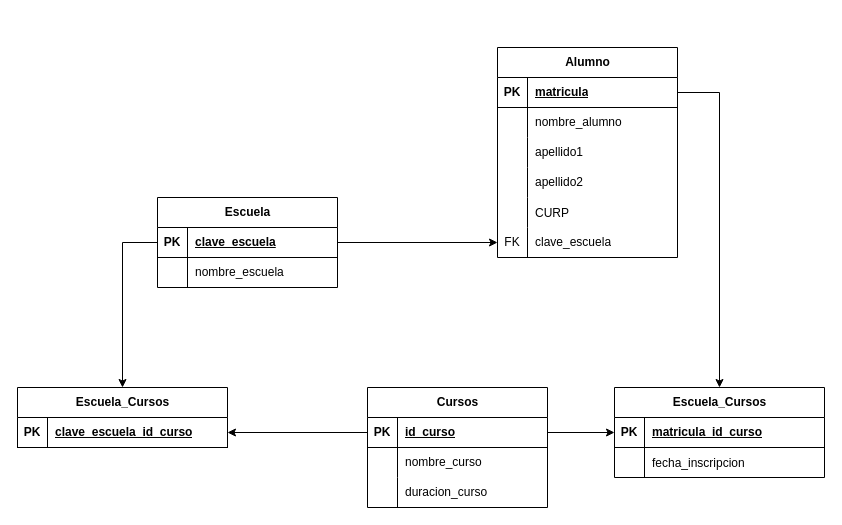
This is page "Problema-1-MR" (3 of 7) of TASK_1/Problemas.drawio from itsFDavid/Bases-de-datos, a draw.io file, before an edit. Source tidied: cells renumbered, new cells numbered last; positions are measured from the earlier drawing's top-left corner, leaving out a move shared by most shapes. Both pictures are drawn from the tidied source at 100%, with x=0, y=0 at pixel (17, 47).
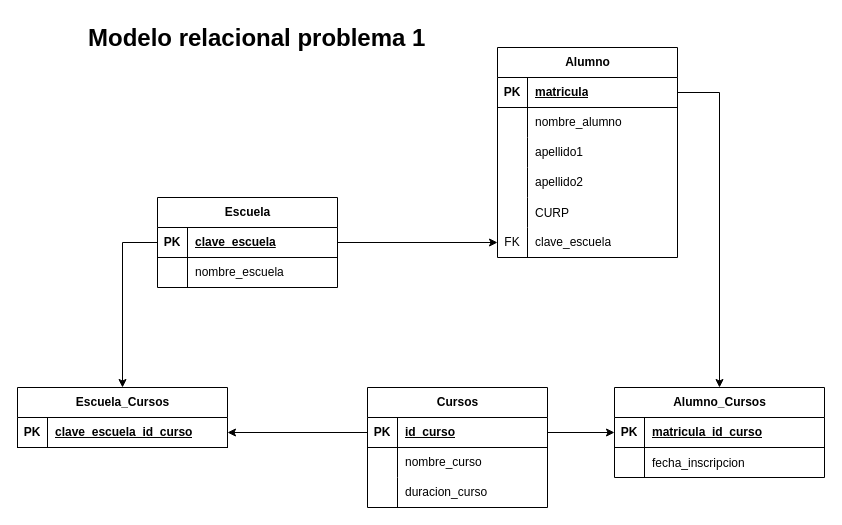
Above is the later version.

Diff of the diagram source:
```diff
@@
-    <mxCell id="44" value="Escuela_Cursos" style="shape=table;startSize=30;childLayout=tableLayout;rowLines=0;fontStyle=1;align=center;html=1;" parent="1" vertex="1">
+    <mxCell id="44" value="Alumno_Cursos" style="shape=table;startSize=30;childLayout=tableLayout;rowLines=0;fontStyle=1;align=center;html=1;" parent="1" vertex="1">
       <mxGeometry x="597" y="340" width="210" height="90" as="geometry" />
     </mxCell>
@@
+    <mxCell id="54" value="&lt;h1 style=&quot;margin-top: 0px;&quot;&gt;Modelo relacional problema 1&lt;/h1&gt;" style="text;html=1;whiteSpace=wrap;overflow=hidden;rounded=0;" parent="1" vertex="1">
+      <mxGeometry x="69" y="-30" width="351" height="40" as="geometry" />
+    </mxCell>
```
